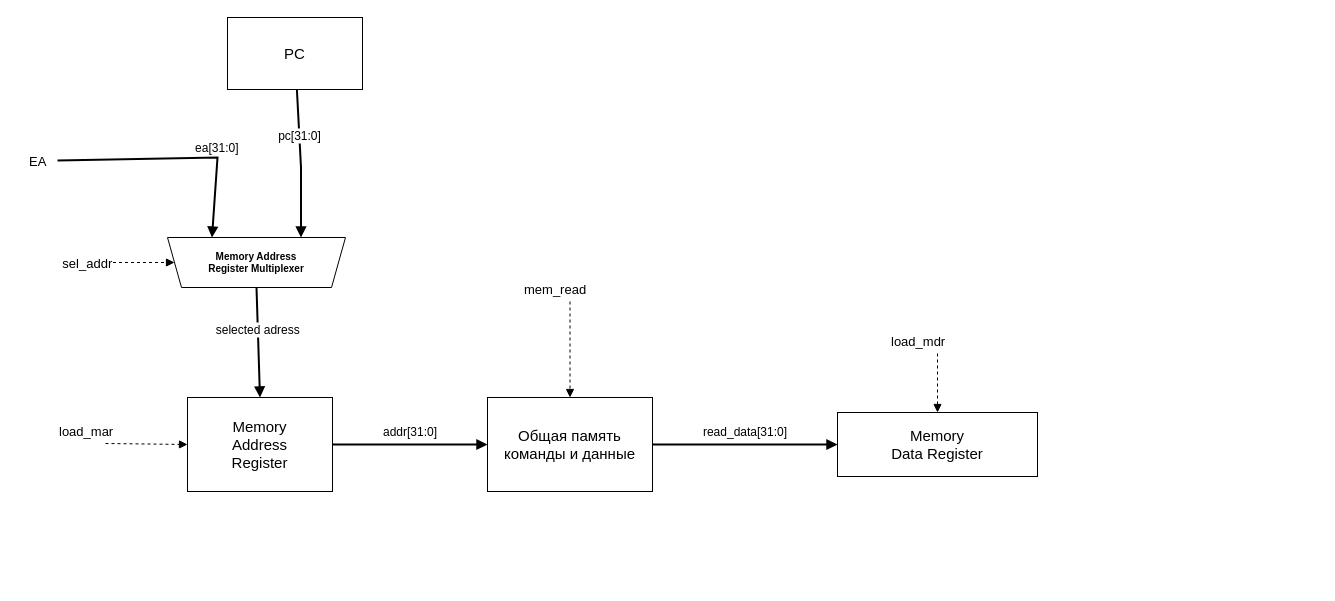
This is scheme.drawio from LischenerKS/scheme, a draw.io file, before an edit. Source tidied: cells renumbered, new cells numbered last; positions are measured from the earlier drawing's top-left corner, leaving out a move shared by most shapes. Both pictures are drawn from the tidied source at 100%, with x=0, y=0 at pixel (17, 17).
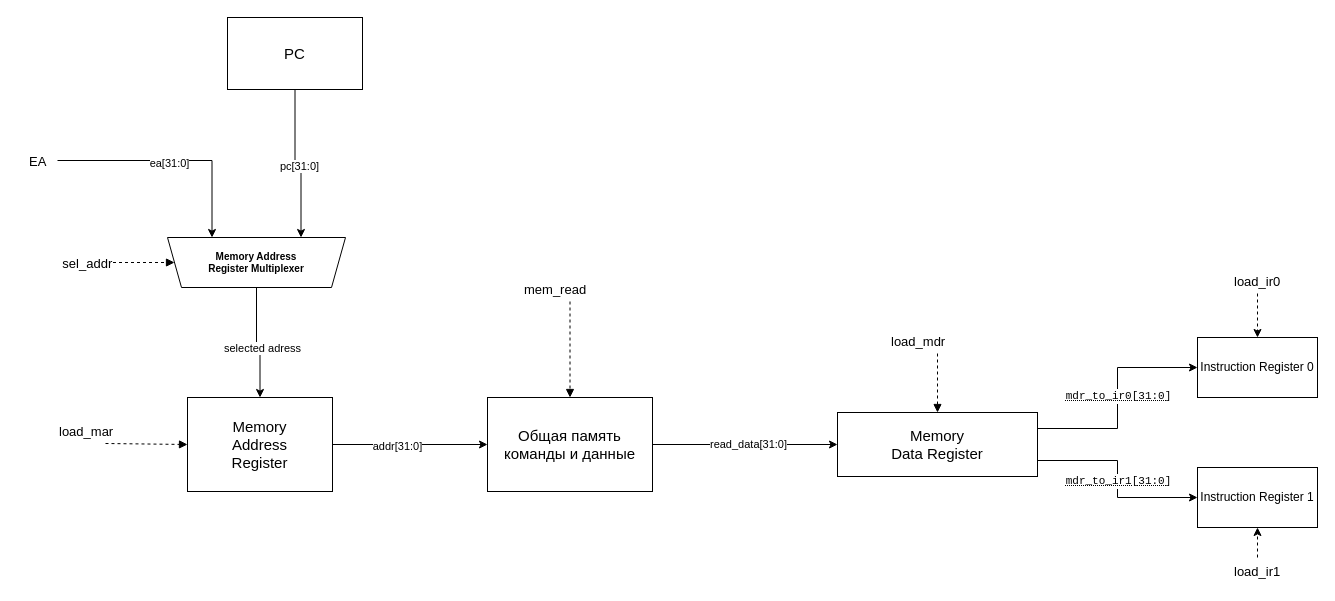
The same page after the edit.

Commit message:
add instruction registers

Unchanged cells that the change refers to:
```xml
<mxCell id="2" value="PC" style="rounded=0;whiteSpace=wrap;html=0;fontSize=15;" parent="1" vertex="1">
  <mxGeometry x="210" width="135" height="72" as="geometry" />
</mxCell>
<mxCell id="3" value="Memory&#10;Address&#10;Register" style="rounded=0;whiteSpace=wrap;html=0;fontSize=15;" parent="1" vertex="1">
  <mxGeometry x="170" y="380" width="145" height="94" as="geometry" />
</mxCell>
<mxCell id="4" value="Общая память&#10;команды и данные" style="rounded=0;whiteSpace=wrap;html=0;fontSize=15;" parent="1" vertex="1">
  <mxGeometry x="470" y="380" width="165" height="94" as="geometry" />
</mxCell>
<mxCell id="5" value="Memory&#10;Data Register" style="rounded=0;whiteSpace=wrap;html=0;fontSize=15;" parent="1" vertex="1">
  <mxGeometry x="820" y="395" width="200" height="64" as="geometry" />
</mxCell>
<mxCell id="19" value="&lt;div&gt;Memory Address&lt;/div&gt;&lt;div&gt;Register Multiplexer&lt;/div&gt;" style="shape=trapezoid;perimeter=trapezoidPerimeter;whiteSpace=wrap;html=1;fixedSize=1;size=14;direction=west;fontSize=10;fontStyle=1;" parent="1" vertex="1">
  <mxGeometry x="150" y="220" width="178" height="50" as="geometry" />
</mxCell>
<mxCell id="20" value="EA" style="rounded=0;whiteSpace=wrap;html=0;fontSize=15;text;strokeColor=none;fillColor=none;fontSize=13;" parent="1" vertex="1">
  <mxGeometry x="10" y="130" width="30" height="26" as="geometry" />
</mxCell>
```

What changed in the source:
```diff
@@
+    <mxCell id="21" style="edgeStyle=orthogonalEdgeStyle;rounded=0;jettySize=auto;html=1;exitX=0.5;exitY=1;exitDx=0;exitDy=0;entryX=0.25;entryY=1;entryDx=0;entryDy=0;defaultLabelBackgroundColor=page;labelPadding=0 4;" parent="1" edge="1" source="2" target="19">
+      <mxGeometry relative="1" as="geometry" />
+    </mxCell>
+    <mxCell id="10" value="pc[31:0]" style="edgeLabel;html=1;align=center;verticalAlign=middle;inheritText=1;defaultLabelBackgroundColor=page;labelPadding=0 4;" parent="21" vertex="1">
+      <mxGeometry x="0.01" y="-2" relative="1" as="geometry" />
+    </mxCell>
@@
+    <mxCell id="22" style="edgeStyle=orthogonalEdgeStyle;rounded=0;jettySize=auto;html=1;exitX=1;exitY=0.5;exitDx=0;exitDy=0;entryX=0;entryY=0.5;entryDx=0;entryDy=0;defaultLabelBackgroundColor=page;labelPadding=0 4;" parent="1" edge="1" source="3" target="4">
+      <mxGeometry relative="1" as="geometry" />
+    </mxCell>
+    <mxCell id="13" value="addr[31:0]" style="edgeLabel;html=1;align=center;verticalAlign=middle;inheritText=1;defaultLabelBackgroundColor=page;labelPadding=0 4;" parent="22" vertex="1">
+      <mxGeometry x="-0.18" y="-1" relative="1" as="geometry" />
+    </mxCell>
@@
+    <mxCell id="23" style="edgeStyle=orthogonalEdgeStyle;rounded=0;jettySize=auto;html=1;exitX=1;exitY=0.5;exitDx=0;exitDy=0;entryX=0;entryY=0.5;entryDx=0;entryDy=0;defaultLabelBackgroundColor=page;labelPadding=0 4;" parent="1" edge="1" source="4" target="5">
+      <mxGeometry relative="1" as="geometry" />
+    </mxCell>
+    <mxCell id="14" value="read_data[31:0]" style="edgeLabel;html=1;align=center;verticalAlign=middle;inheritText=1;defaultLabelBackgroundColor=page;labelPadding=0 4;" parent="23" vertex="1">
+      <mxGeometry x="0.03" y="1" relative="1" as="geometry" />
+    </mxCell>
@@
+    <mxCell id="24" style="edgeStyle=orthogonalEdgeStyle;rounded=0;jettySize=auto;html=1;exitX=1;exitY=0.25;exitDx=0;exitDy=0;entryX=0;entryY=0.5;entryDx=0;entryDy=0;defaultLabelBackgroundColor=page;labelPadding=0 4;" parent="1" edge="1" source="5" target="30">
+      <mxGeometry relative="1" as="geometry" />
+    </mxCell>
+    <mxCell id="25" value="&lt;code&gt;&lt;abbr title=&quot;32 бита от регистра данных памяти ко входу первого регистра инструкции&quot;&gt;mdr_to_ir0[31:0]&lt;/abbr&gt;&lt;/code&gt;" style="edgeLabel;html=1;align=center;verticalAlign=middle;inheritText=1;defaultLabelBackgroundColor=page;labelPadding=0 4;" parent="24" vertex="1">
+      <mxGeometry x="0.02" relative="1" as="geometry" />
+    </mxCell>
+    <mxCell id="26" style="edgeStyle=orthogonalEdgeStyle;rounded=0;jettySize=auto;html=1;exitX=1;exitY=0.75;exitDx=0;exitDy=0;entryX=0;entryY=0.5;entryDx=0;entryDy=0;defaultLabelBackgroundColor=page;labelPadding=0 4;" parent="1" edge="1" source="5" target="31">
+      <mxGeometry relative="1" as="geometry" />
+    </mxCell>
+    <mxCell id="27" value="&lt;code&gt;&lt;abbr title=&quot;32 бита от регистра данных памяти ко входу первого регистра инструкции&quot;&gt;mdr_to_ir1[31:0]&lt;/abbr&gt;&lt;/code&gt;" style="edgeLabel;html=1;align=center;verticalAlign=middle;inheritText=1;defaultLabelBackgroundColor=page;labelPadding=0 4;" parent="26" vertex="1">
+      <mxGeometry x="0.02" relative="1" as="geometry" />
+    </mxCell>
@@
-    <mxCell id="10" value="pc[31:0]" style="edgeStyle=none;rounded=0;html=0;endArrow=block;endFill=1;labelBackgroundColor=#ffffff;fontSize=12;strokeWidth=2;entryX=0.25;entryY=1;entryDx=0;entryDy=0;" parent="1" edge="1" source="2" target="19">
-      <mxGeometry x="-0.2" relative="1" as="geometry">
-        <Array as="points">
-          <mxPoint x="283.5" y="150" />
-        </Array>
-        <mxPoint y="-13" as="offset" />
-      </mxGeometry>
-    </mxCell>
-    <mxCell id="11" value="ea[31:0]" style="edgeStyle=none;rounded=0;html=0;endArrow=block;endFill=1;labelBackgroundColor=#ffffff;fontSize=12;strokeWidth=2;entryX=0.75;entryY=1;entryDx=0;entryDy=0;exitX=1;exitY=0.5;exitDx=0;exitDy=0;" parent="1" edge="1" source="20" target="19">
-      <mxGeometry x="0.36" relative="1" as="geometry">
-        <Array as="points">
-          <mxPoint x="200" y="140" />
-        </Array>
-        <mxPoint y="-13" as="offset" />
-      </mxGeometry>
-    </mxCell>
-    <mxCell id="12" value="selected adress" style="edgeStyle=none;rounded=0;html=0;endArrow=block;endFill=1;labelBackgroundColor=#ffffff;fontSize=12;strokeWidth=2;entryX=0.5;entryY=0;exitX=0.5;exitY=0;exitDx=0;exitDy=0;entryDx=0;entryDy=0;" parent="1" edge="1" source="19" target="3">
-      <mxGeometry relative="1" as="geometry">
-        <mxPoint y="-13" as="offset" />
-      </mxGeometry>
-    </mxCell>
-    <mxCell id="13" value="addr[31:0]" style="edgeStyle=none;rounded=0;html=0;endArrow=block;endFill=1;labelBackgroundColor=#ffffff;fontSize=12;strokeWidth=2;exitX=1;exitY=0.5;entryX=0;entryY=0.5;" parent="1" edge="1" source="3" target="4">
-      <mxGeometry relative="1" as="geometry">
-        <mxPoint y="-13" as="offset" />
-      </mxGeometry>
-    </mxCell>
-    <mxCell id="14" value="read_data[31:0]" style="edgeStyle=none;rounded=0;html=0;endArrow=block;endFill=1;labelBackgroundColor=#ffffff;fontSize=12;strokeWidth=2;exitX=1;exitY=0.5;entryX=0;entryY=0.5;" parent="1" edge="1" source="4" target="5">
-      <mxGeometry relative="1" as="geometry">
-        <mxPoint y="-13" as="offset" />
-      </mxGeometry>
-    </mxCell>
@@
+    <mxCell id="28" style="edgeStyle=orthogonalEdgeStyle;rounded=0;jettySize=auto;html=1;exitX=0.5;exitY=0;exitDx=0;exitDy=0;entryX=0.5;entryY=0;entryDx=0;entryDy=0;defaultLabelBackgroundColor=page;labelPadding=0 4;" parent="1" edge="1" source="19" target="3">
+      <mxGeometry relative="1" as="geometry" />
+    </mxCell>
+    <mxCell id="12" value="selected adress" style="edgeLabel;html=1;align=center;verticalAlign=middle;inheritText=1;defaultLabelBackgroundColor=page;labelPadding=0 4;" parent="28" vertex="1">
+      <mxGeometry x="0.12" y="2" relative="1" as="geometry" />
+    </mxCell>
@@
+    <mxCell id="29" style="edgeStyle=orthogonalEdgeStyle;rounded=0;jettySize=auto;html=1;exitX=1;exitY=0.5;exitDx=0;exitDy=0;entryX=0.75;entryY=1;entryDx=0;entryDy=0;defaultLabelBackgroundColor=page;labelPadding=0 4;" parent="1" edge="1" source="20" target="19">
+      <mxGeometry relative="1" as="geometry" />
+    </mxCell>
+    <mxCell id="11" value="ea[31:0]" style="edgeLabel;html=1;align=center;verticalAlign=middle;inheritText=1;defaultLabelBackgroundColor=page;labelPadding=0 4;" parent="29" vertex="1">
+      <mxGeometry x="-0.04" y="-2" relative="1" as="geometry" />
+    </mxCell>
@@
+    <mxCell id="30" value="Instruction Register 0" style="rounded=0;whiteSpace=wrap;html=1;" parent="1" vertex="1">
+      <mxGeometry x="1180" y="320" width="120" height="60" as="geometry" />
+    </mxCell>
+    <mxCell id="31" value="Instruction Register 1" style="rounded=0;whiteSpace=wrap;html=1;" parent="1" vertex="1">
+      <mxGeometry x="1180" y="450" width="120" height="60" as="geometry" />
+    </mxCell>
+    <mxCell id="32" style="edgeStyle=orthogonalEdgeStyle;rounded=0;jettySize=auto;html=1;exitX=0.5;exitY=1;exitDx=0;exitDy=0;entryX=0.5;entryY=0;entryDx=0;entryDy=0;defaultLabelBackgroundColor=page;labelPadding=0 4;dashed=1;" parent="1" edge="1" source="33" target="30">
+      <mxGeometry relative="1" as="geometry" />
+    </mxCell>
+    <mxCell id="33" value="load_ir0" style="rounded=0;whiteSpace=wrap;html=0;fontSize=15;text;strokeColor=none;fillColor=none;fontSize=13;" parent="1" vertex="1">
+      <mxGeometry x="1215" y="250" width="50" height="26" as="geometry" />
+    </mxCell>
+    <mxCell id="34" style="edgeStyle=orthogonalEdgeStyle;rounded=0;jettySize=auto;html=1;exitX=0.5;exitY=0;exitDx=0;exitDy=0;entryX=0.5;entryY=1;entryDx=0;entryDy=0;defaultLabelBackgroundColor=page;labelPadding=0 4;dashed=1;" parent="1" edge="1" source="35" target="31">
+      <mxGeometry relative="1" as="geometry" />
+    </mxCell>
+    <mxCell id="35" value="load_ir1" style="rounded=0;whiteSpace=wrap;html=0;fontSize=15;text;strokeColor=none;fillColor=none;fontSize=13;" parent="1" vertex="1">
+      <mxGeometry x="1215" y="540" width="50" height="26" as="geometry" />
+    </mxCell>
```
